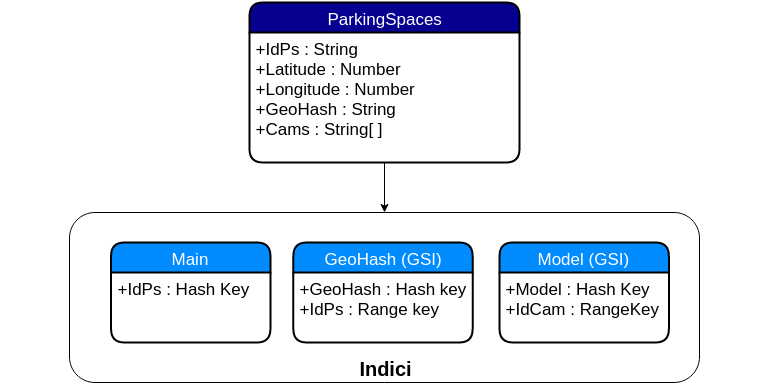
Before: img/database_ps.png, a diagram exported from draw.io (cicciodifranco/latex_thesis). Source tidied: cells renumbered, new cells last; positions are measured from the earlier drawing's top-left corner, leaving out a move shared by most shapes.
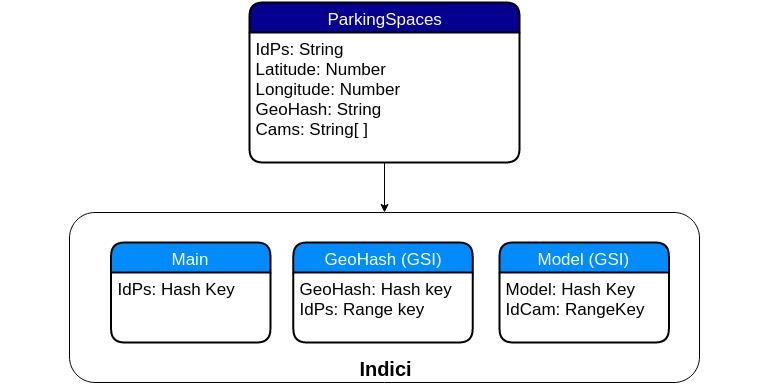
After the commit.

What changed in the source:
```diff
@@ -11,25 +11,25 @@
     <mxCell id="4" value="Model (GSI)" style="swimlane;html=1;horizontal=1;startSize=30;fillColor=#008cff;fontColor=#FFFFFF;rounded=1;fontSize=17;fontStyle=0;strokeWidth=2;shadow=0;dashed=0;align=center;" parent="2" vertex="1">
       <mxGeometry x="498" y="30" width="169.3" height="100" as="geometry" />
     </mxCell>
-    <mxCell id="5" value="+Model : Hash Key&amp;nbsp;&lt;div&gt;+IdCam : RangeKey&lt;/div&gt;" style="whiteSpace=wrap;html=1;align=left;strokeColor=none;fillColor=none;spacingLeft=4;fontSize=17;verticalAlign=top;" parent="4" vertex="1">
+    <mxCell id="5" value="Model: Hash Key&amp;nbsp;&lt;div&gt;IdCam: RangeKey&lt;/div&gt;" style="whiteSpace=wrap;html=1;align=left;strokeColor=none;fillColor=none;spacingLeft=4;fontSize=17;verticalAlign=top;" parent="4" vertex="1">
       <mxGeometry y="30" width="169.3" height="70" as="geometry" />
     </mxCell>
     <mxCell id="6" value="GeoHash (GSI)" style="swimlane;html=1;horizontal=1;startSize=30;fillColor=#008cff;fontColor=#FFFFFF;rounded=1;fontSize=17;fontStyle=0;strokeWidth=2;shadow=0;dashed=0;align=center;" parent="2" vertex="1">
       <mxGeometry x="291.9" y="30" width="179.3" height="100" as="geometry" />
     </mxCell>
-    <mxCell id="7" value="+GeoHash : Hash key&lt;div&gt;+IdPs : Range key&lt;/div&gt;" style="whiteSpace=wrap;html=1;align=left;strokeColor=none;fillColor=none;spacingLeft=4;fontSize=17;verticalAlign=top;" parent="6" vertex="1">
+    <mxCell id="7" value="GeoHash: Hash key&lt;div&gt;IdPs: Range key&lt;/div&gt;" style="whiteSpace=wrap;html=1;align=left;strokeColor=none;fillColor=none;spacingLeft=4;fontSize=17;verticalAlign=top;" parent="6" vertex="1">
       <mxGeometry y="30" width="179.3" height="70" as="geometry" />
     </mxCell>
     <mxCell id="8" value="Main" style="swimlane;html=1;horizontal=1;startSize=30;fillColor=#008cff;fontColor=#FFFFFF;rounded=1;fontSize=17;fontStyle=0;strokeWidth=2;shadow=0;dashed=0;align=center;" parent="2" vertex="1">
       <mxGeometry x="109.6" y="30" width="159.4" height="100" as="geometry" />
     </mxCell>
-    <mxCell id="9" value="+IdPs : Hash Key" style="whiteSpace=wrap;html=1;align=left;strokeColor=none;fillColor=none;spacingLeft=4;fontSize=17;verticalAlign=top;" parent="8" vertex="1">
+    <mxCell id="9" value="IdPs: Hash Key" style="whiteSpace=wrap;html=1;align=left;strokeColor=none;fillColor=none;spacingLeft=4;fontSize=17;verticalAlign=top;" parent="8" vertex="1">
       <mxGeometry y="30" width="159.4" height="70" as="geometry" />
     </mxCell>
     <mxCell id="10" value="ParkingSpaces" style="swimlane;html=1;horizontal=1;startSize=30;fillColor=#05008F;fontColor=#FFFFFF;rounded=1;fontSize=17;fontStyle=0;strokeWidth=2;shadow=0;dashed=0;align=center;" parent="1" vertex="1">
       <mxGeometry x="248" width="270" height="160" as="geometry" />
     </mxCell>
-    <mxCell id="11" value="+IdPs : String&lt;div&gt;+Latitude : Number&lt;/div&gt;&lt;div&gt;+Longitude : Number&lt;/div&gt;&lt;div&gt;+GeoHash : String&lt;/div&gt;&lt;div&gt;+Cams : String[ ]&lt;span style=&quot;line-height: 1.2&quot;&gt;&amp;nbsp;&lt;/span&gt;&lt;/div&gt;" style="whiteSpace=wrap;html=1;align=left;strokeColor=none;fillColor=none;spacingLeft=4;fontSize=17;verticalAlign=top;" parent="10" vertex="1">
+    <mxCell id="11" value="IdPs: String&lt;div&gt;Latitude: Number&lt;/div&gt;&lt;div&gt;Longitude: Number&lt;/div&gt;&lt;div&gt;GeoHash: String&lt;/div&gt;&lt;div&gt;Cams: String[ ]&lt;span style=&quot;line-height: 1.2&quot;&gt;&amp;nbsp;&lt;/span&gt;&lt;/div&gt;" style="whiteSpace=wrap;html=1;align=left;strokeColor=none;fillColor=none;spacingLeft=4;fontSize=17;verticalAlign=top;" parent="10" vertex="1">
       <mxGeometry y="30" width="270" height="130" as="geometry" />
     </mxCell>
     <mxCell id="12" style="edgeStyle=orthogonalEdgeStyle;rounded=0;html=1;exitX=0.5;exitY=1;entryX=0.5;entryY=0;jettySize=auto;" parent="1" edge="1" source="11" target="3">
```
